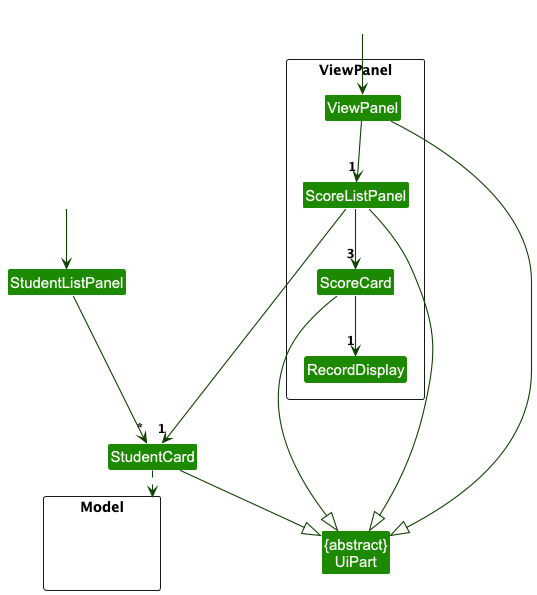
Above: docs/images/ViewPanelClassDiagram.png in kailermai/tp (PlantUML), before the change.
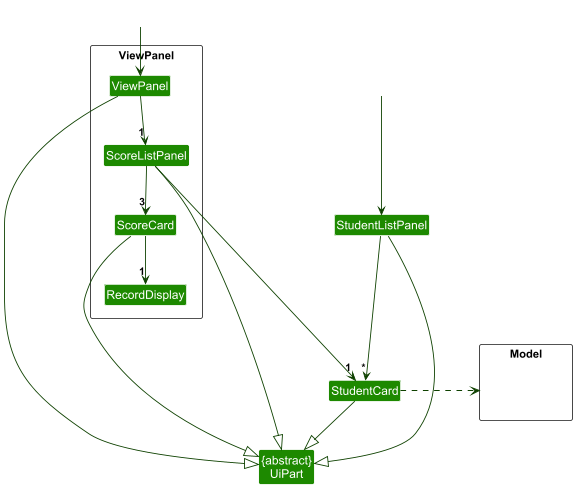
Later version of the same file.

Commit message:
Update View UML Diagram

The edit, as a diff of the source:
```diff
@@ -3,6 +3,7 @@
 skinparam arrowThickness 1.1
 skinparam arrowColor UI_COLOR_T4
 skinparam classBackgroundColor UI_COLOR
+
 
 package VP as "ViewPanel"{
 Class ViewPanel
@@ -16,24 +17,25 @@
 }
 
 Class "{abstract}\nUiPart" as UiPart
+Class MainWindow #FFFFFF
+Class RightSidePanel #FFFFFF
+Class StudentCard
 Class StudentListPanel
-Class RightSidePanel #FFFFFF
-Class MainWindow #FFFFFF
-Class StudentCard
 
 RightSidePanel --> ViewPanel
 
 ViewPanel -down-> "1" ScoreListPanel
-ScoreListPanel -down---> "1" StudentCard
+ScoreListPanel -right> "1" StudentCard
 ScoreListPanel -down-> "3" ScoreCard
 ScoreCard --> "1" RecordDisplay
-StudentCard ..> Model
+StudentCard .right> Model
 
-StudentListPanel ---> "*"StudentCard
-MainWindow -down-> StudentListPanel
+StudentListPanel -down--> "*" StudentCard
+MainWindow ---> StudentListPanel
 
-ViewPanel ---|> UiPart
+ViewPanel --|> UiPart
 ScoreListPanel ---|> UiPart
+StudentListPanel ---|> UiPart
 ScoreCard ----|> UiPart
-StudentCard --|> UiPart
+StudentCard --down|> UiPart
 @enduml
```
